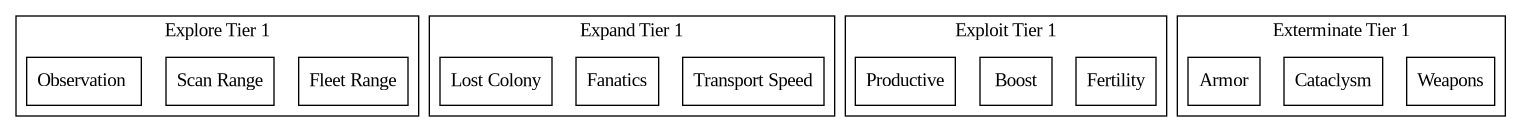
Bytekeeper/Bytekeeper.github.io keeps this Graphviz diagram as content/rotpr-clone/tech_tree.dot.png. Above is the earlier version. Its source is kept beside it as content/rotpr-clone/tech_tree.dot.
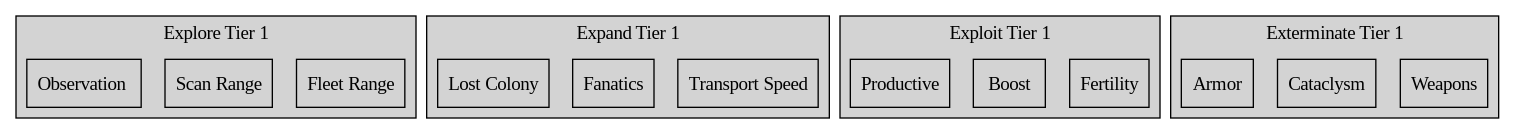
Above is the later version.

Change to the diagram source:
```diff
@@ -1,26 +1,33 @@
 digraph G {
 	compound=true;
-	node [shape=box];
+	graph [bgcolor="transparent"]
+	node [shape=box, style="filled", color="black", fillcolor="lightgray", fontcolor="black"];
+	edge [color="darkgray", dir=none]
+
 	subgraph cluster_explore_1 {
 		label="Explore Tier 1";
+		style="filled"; color="black"; fillcolor="lightgray";
 		"Fleet Range";
 		"Scan Range";
 		"Observation "; // Allows to scan a star system every n turns
 	}
 	subgraph cluster_expand_1 {
 		label="Expand Tier 1";
+		style="filled"; color="black"; fillcolor="lightgray";
 		"Transport Speed";
 		"Fanatics"; // Allows colonization of a far away star system for every "level"
 		"Lost Colony"; //
 	}
 	subgraph cluster_exploit_1 {
 		label="Exploit Tier 1";
+		style="filled"; color="black"; fillcolor="lightgray";
 		"Fertility";
 		"Boost"; // Speeds up the production of one colony
 		"Productive"; // Speeds up the production of all colonies
 	}
 	subgraph cluster_exterminate_1 {
 		label="Exterminate Tier 1";
+		style="filled"; color="black"; fillcolor="lightgray";
 		"Weapons"; // Allows ships to have weapons
 		"Cataclysm"; // Each upgrade allows the destruction of some colony
 		"Armor"; // Allows ships to have protection
```
